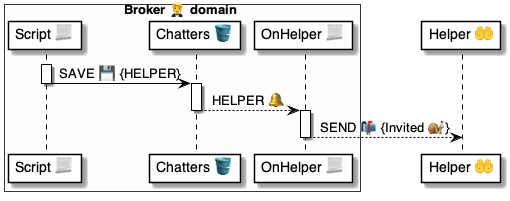
Before: 4 ⚙️ Solution/20 🧑‍🦰 UI/Brokers 🤵/🤵🪣 Broker tables/Chatters 👥 table/🪣🔔 4 Helper/🤵 OnChatterHelper ⚙️ uml.png, a diagram exported from PlantUML (pollyweb-org/pollyweb-docs). Its source is kept beside it as 4 ⚙️ Solution/20 🧑‍🦰 UI/Brokers 🤵/🤵🪣 Broker tables/Chatters 👥 table/🪣🔔 4 Helper/🤵 OnChatterHelper ⚙️ uml.puml. Its diagram source:
```plantuml
@startuml OnChatterHelper


box Broker 🤵 domain #FFFFFA
    participant "Script 📃" as script
    participant "Chatters 🪣" as table
    participant "OnHelper 📃" as handler
end box

participant "Helper 🤲" as helper


activate script
    script -> table: SAVE 💾 {HELPER}
deactivate script

activate table
    table --> handler: HELPER 🔔
deactivate table

activate handler
    handler --> helper: SEND 📬 {Invited 🐌}
deactivate handler

@enduml
```
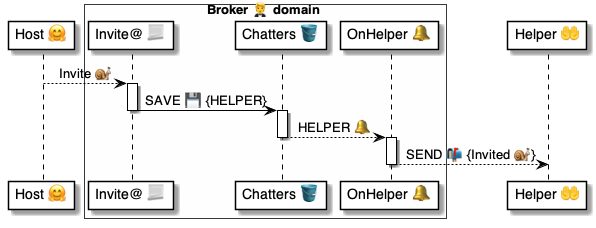
The same diagram one commit later.

What changed in the source:
```diff
@@ -1,14 +1,16 @@
 @startuml OnChatterHelper
 
+participant "Host 🤗" as host
 
 box Broker 🤵 domain #FFFFFA
-    participant "Script 📃" as script
+    participant "Invite@ 📃" as script
     participant "Chatters 🪣" as table
-    participant "OnHelper 📃" as handler
+    participant "OnHelper 🔔" as handler
 end box
 
 participant "Helper 🤲" as helper
 
+host --> script: Invite 🐌
 
 activate script
     script -> table: SAVE 💾 {HELPER}
```
